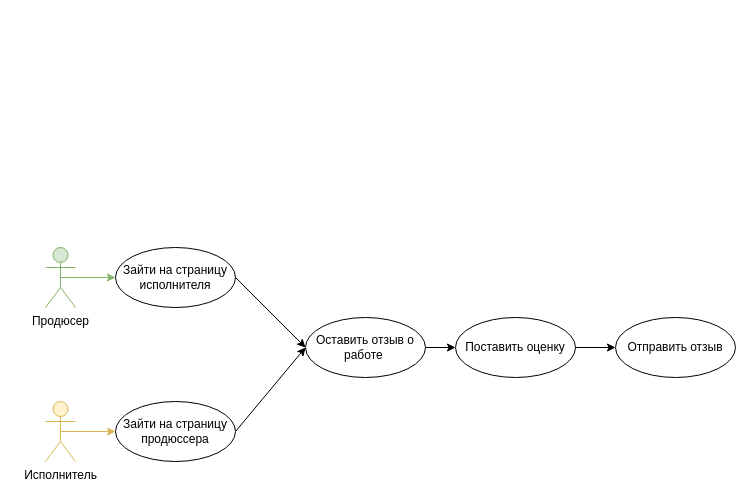
EugeNATOR/AurAudio keeps this draw.io diagram as page "Отзывы" (3 of 9) of system.drawio. Above is the earlier version. Source tidied: cells renumbered, new cells numbered last; positions are measured from the earlier drawing's top-left corner, leaving out a move shared by most shapes. Both pictures are drawn from the tidied source at 100%, with x=0, y=0 at pixel (45, 247).
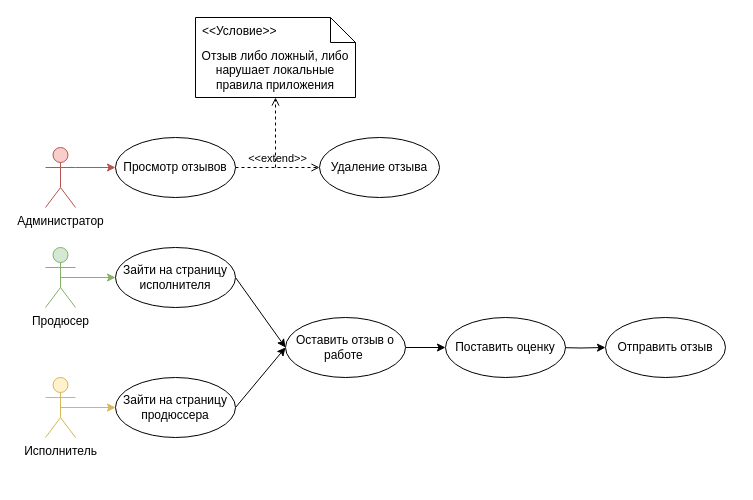
Above is the later version.

What changed in the source:
```diff
@@
     <mxCell id="7" value="&lt;font&gt;Оставить отзыв о работе&amp;nbsp;&lt;/font&gt;" style="ellipse;html=1;whiteSpace=wrap;" parent="1" vertex="1">
-      <mxGeometry x="260" y="70" width="120" height="60" as="geometry" />
+      <mxGeometry x="240" y="70" width="120" height="60" as="geometry" />
     </mxCell>
@@
     <mxCell id="9" value="Исполнитель" style="shape=umlActor;verticalLabelPosition=bottom;verticalAlign=top;html=1;outlineConnect=0;fillColor=#fff2cc;strokeColor=#d6b656;" parent="1" vertex="1">
-      <mxGeometry y="154" width="30" height="60" as="geometry" />
+      <mxGeometry y="130" width="30" height="60" as="geometry" />
     </mxCell>
@@
     <mxCell id="11" value="Зайти на страницу продюссера" style="ellipse;html=1;whiteSpace=wrap;" parent="1" vertex="1">
-      <mxGeometry x="70" y="154" width="120" height="60" as="geometry" />
+      <mxGeometry x="70" y="130" width="120" height="60" as="geometry" />
     </mxCell>
-    <mxCell id="12" style="edgeStyle=orthogonalEdgeStyle;rounded=0;jettySize=auto;html=1;" parent="1" edge="1" source="13" target="14">
-      <mxGeometry relative="1" as="geometry" />
+    <mxCell id="12" style="edgeStyle=orthogonalEdgeStyle;rounded=0;jettySize=auto;html=1;" parent="1" edge="1" target="14">
+      <mxGeometry relative="1" as="geometry">
+        <mxPoint x="510" y="100" as="sourcePoint" />
+      </mxGeometry>
     </mxCell>
     <mxCell id="13" value="Поставить оценку" style="ellipse;html=1;whiteSpace=wrap;" parent="1" vertex="1">
-      <mxGeometry x="410" y="70" width="120" height="60" as="geometry" />
+      <mxGeometry x="400" y="70" width="120" height="60" as="geometry" />
     </mxCell>
     <mxCell id="14" value="Отправить отзыв" style="ellipse;html=1;whiteSpace=wrap;" parent="1" vertex="1">
-      <mxGeometry x="570" y="70" width="120" height="60" as="geometry" />
+      <mxGeometry x="560" y="70" width="120" height="60" as="geometry" />
     </mxCell>
+    <mxCell id="15" style="rounded=0;jettySize=auto;html=1;exitX=1;exitY=0.3333333333333333;exitDx=0;exitDy=0;exitPerimeter=0;entryX=0;entryY=0.5;entryDx=0;entryDy=0;fillColor=#f8cecc;strokeColor=#b85450;" parent="1" edge="1" source="16" target="17">
+      <mxGeometry relative="1" as="geometry" />
+    </mxCell>
+    <mxCell id="16" value="Администратор" style="shape=umlActor;verticalLabelPosition=bottom;verticalAlign=top;html=1;fillColor=#f8cecc;strokeColor=#b85450;" parent="1" vertex="1">
+      <mxGeometry y="-100" width="30" height="60" as="geometry" />
+    </mxCell>
+    <mxCell id="17" value="Просмотр отзывов" style="ellipse;html=1;whiteSpace=wrap;" parent="1" vertex="1">
+      <mxGeometry x="70" y="-110" width="120" height="60" as="geometry" />
+    </mxCell>
+    <mxCell id="18" value="&amp;lt;&amp;lt;extend&amp;gt;&amp;gt;" style="html=1;verticalAlign=bottom;labelBackgroundColor=none;endArrow=open;endFill=0;dashed=1;rounded=0;exitX=1;exitY=0.5;exitDx=0;exitDy=0;entryX=0;entryY=0.5;entryDx=0;entryDy=0;" parent="1" edge="1" source="17" target="22">
+      <mxGeometry relative="1" as="geometry" />
+    </mxCell>
+    <mxCell id="19" style="html=1;verticalAlign=bottom;labelBackgroundColor=none;endArrow=open;endFill=0;dashed=1;rounded=0;" parent="1" edge="1">
+      <mxGeometry relative="1" as="geometry">
+        <mxPoint x="230" y="-80" as="sourcePoint" />
+        <mxPoint x="230" y="-150" as="targetPoint" />
+      </mxGeometry>
+    </mxCell>
+    <mxCell id="20" value="Отзыв либо ложный, либо нарушает локальные правила приложения" style="shape=note2;boundedLbl=1;whiteSpace=wrap;html=1;size=25;verticalAlign=top;align=center;" parent="1" vertex="1">
+      <mxGeometry x="150" y="-230" width="160" height="80" as="geometry" />
+    </mxCell>
+    <mxCell id="21" value="&lt;&lt;Условие&gt;&gt;" style="strokeColor=none;fillColor=none;align=left;spacingLeft=5;" parent="20" vertex="1">
+      <mxGeometry width="160" height="25" relative="1" as="geometry" />
+    </mxCell>
+    <mxCell id="22" value="Удаление отзыва" style="ellipse;html=1;whiteSpace=wrap;" parent="1" vertex="1">
+      <mxGeometry x="274" y="-110" width="120" height="60" as="geometry" />
+    </mxCell>
```
